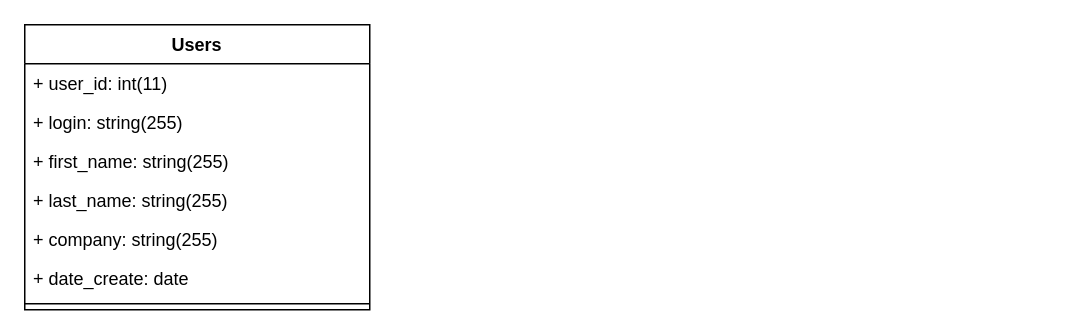
This is page "diagrammes de classe" (1 of 2) of diagrammes-uml.drawio from ludon89/projet-gmae, a draw.io file, before an edit. Source tidied: cells renumbered, new cells numbered last; positions are measured from the earlier drawing's top-left corner, leaving out a move shared by most shapes. Both pictures are drawn from the tidied source at 150%, with x=0, y=0 at pixel (24, 24).
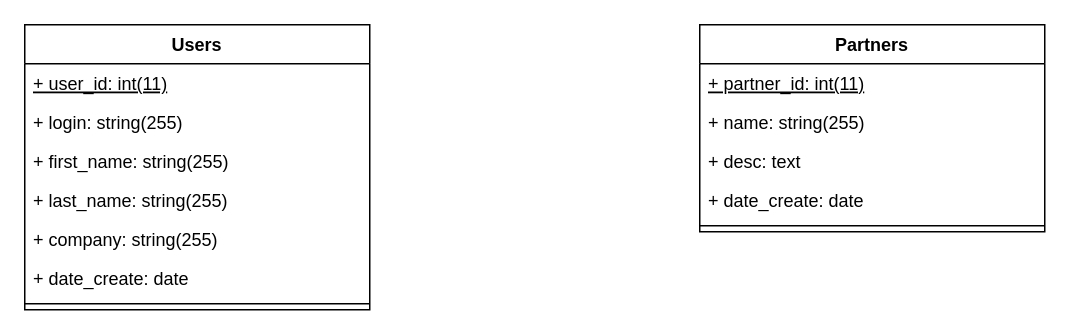
The same page after the edit.

The edit, as a diff of the source:
```diff
@@
 <mxGraphModel>
   <root>
     <mxCell id="0" />
     <mxCell id="1" parent="0" />
     <mxCell id="2" value="Users" style="swimlane;fontStyle=1;align=center;verticalAlign=top;horizontal=1;startSize=26;" parent="1" vertex="1">
       <mxGeometry width="230" height="190" as="geometry" />
     </mxCell>
-    <mxCell id="3" value="+ user_id: int(11)" style="text;strokeColor=none;fillColor=none;align=left;verticalAlign=top;spacingLeft=4;spacingRight=4;overflow=hidden;" parent="2" vertex="1">
+    <mxCell id="3" value="+ user_id: int(11)" style="text;strokeColor=none;fillColor=none;align=left;verticalAlign=top;spacingLeft=4;spacingRight=4;overflow=hidden;fontStyle=4;" parent="2" vertex="1">
       <mxGeometry y="26" width="230" height="26" as="geometry" />
     </mxCell>
     <mxCell id="4" value="+ login: string(255)" style="text;strokeColor=none;fillColor=none;align=left;verticalAlign=top;spacingLeft=4;spacingRight=4;overflow=hidden;" parent="2" vertex="1">
       <mxGeometry y="52" width="230" height="26" as="geometry" />
     </mxCell>
     <mxCell id="5" value="+ first_name: string(255)" style="text;strokeColor=none;fillColor=none;align=left;verticalAlign=top;spacingLeft=4;spacingRight=4;overflow=hidden;" parent="2" vertex="1">
       <mxGeometry y="78" width="230" height="26" as="geometry" />
     </mxCell>
     <mxCell id="6" value="+ last_name: string(255)" style="text;strokeColor=none;fillColor=none;align=left;verticalAlign=top;spacingLeft=4;spacingRight=4;overflow=hidden;" parent="2" vertex="1">
       <mxGeometry y="104" width="230" height="26" as="geometry" />
     </mxCell>
     <mxCell id="7" value="+ company: string(255)" style="text;strokeColor=none;fillColor=none;align=left;verticalAlign=top;spacingLeft=4;spacingRight=4;overflow=hidden;" parent="2" vertex="1">
       <mxGeometry y="130" width="230" height="26" as="geometry" />
     </mxCell>
     <mxCell id="8" value="+ date_create: date" style="text;strokeColor=none;fillColor=none;align=left;verticalAlign=top;spacingLeft=4;spacingRight=4;overflow=hidden;" parent="2" vertex="1">
       <mxGeometry y="156" width="230" height="26" as="geometry" />
     </mxCell>
     <mxCell id="9" style="line;strokeWidth=1;fillColor=none;align=left;verticalAlign=middle;spacingTop=-1;spacingLeft=3;spacingRight=3;labelPosition=right;strokeColor=inherit;" parent="2" vertex="1">
       <mxGeometry y="182" width="230" height="8" as="geometry" />
     </mxCell>
+    <mxCell id="10" value="Partners" style="swimlane;fontStyle=1;align=center;verticalAlign=top;horizontal=1;startSize=26;" parent="1" vertex="1">
+      <mxGeometry x="450" width="230" height="138" as="geometry" />
+    </mxCell>
+    <mxCell id="11" value="+ partner_id: int(11)" style="text;strokeColor=none;fillColor=none;align=left;verticalAlign=top;spacingLeft=4;spacingRight=4;overflow=hidden;fontStyle=4;" parent="10" vertex="1">
+      <mxGeometry y="26" width="230" height="26" as="geometry" />
+    </mxCell>
+    <mxCell id="12" value="+ name: string(255)" style="text;strokeColor=none;fillColor=none;align=left;verticalAlign=top;spacingLeft=4;spacingRight=4;overflow=hidden;" parent="10" vertex="1">
+      <mxGeometry y="52" width="230" height="26" as="geometry" />
+    </mxCell>
+    <mxCell id="13" value="+ desc: text" style="text;strokeColor=none;fillColor=none;align=left;verticalAlign=top;spacingLeft=4;spacingRight=4;overflow=hidden;" parent="10" vertex="1">
+      <mxGeometry y="78" width="230" height="26" as="geometry" />
+    </mxCell>
+    <mxCell id="14" value="+ date_create: date" style="text;strokeColor=none;fillColor=none;align=left;verticalAlign=top;spacingLeft=4;spacingRight=4;overflow=hidden;" parent="10" vertex="1">
+      <mxGeometry y="104" width="230" height="26" as="geometry" />
+    </mxCell>
+    <mxCell id="15" style="line;strokeWidth=1;fillColor=none;align=left;verticalAlign=middle;spacingTop=-1;spacingLeft=3;spacingRight=3;labelPosition=right;strokeColor=inherit;" parent="10" vertex="1">
+      <mxGeometry y="130" width="230" height="8" as="geometry" />
+    </mxCell>
   </root>
 </mxGraphModel>
```
